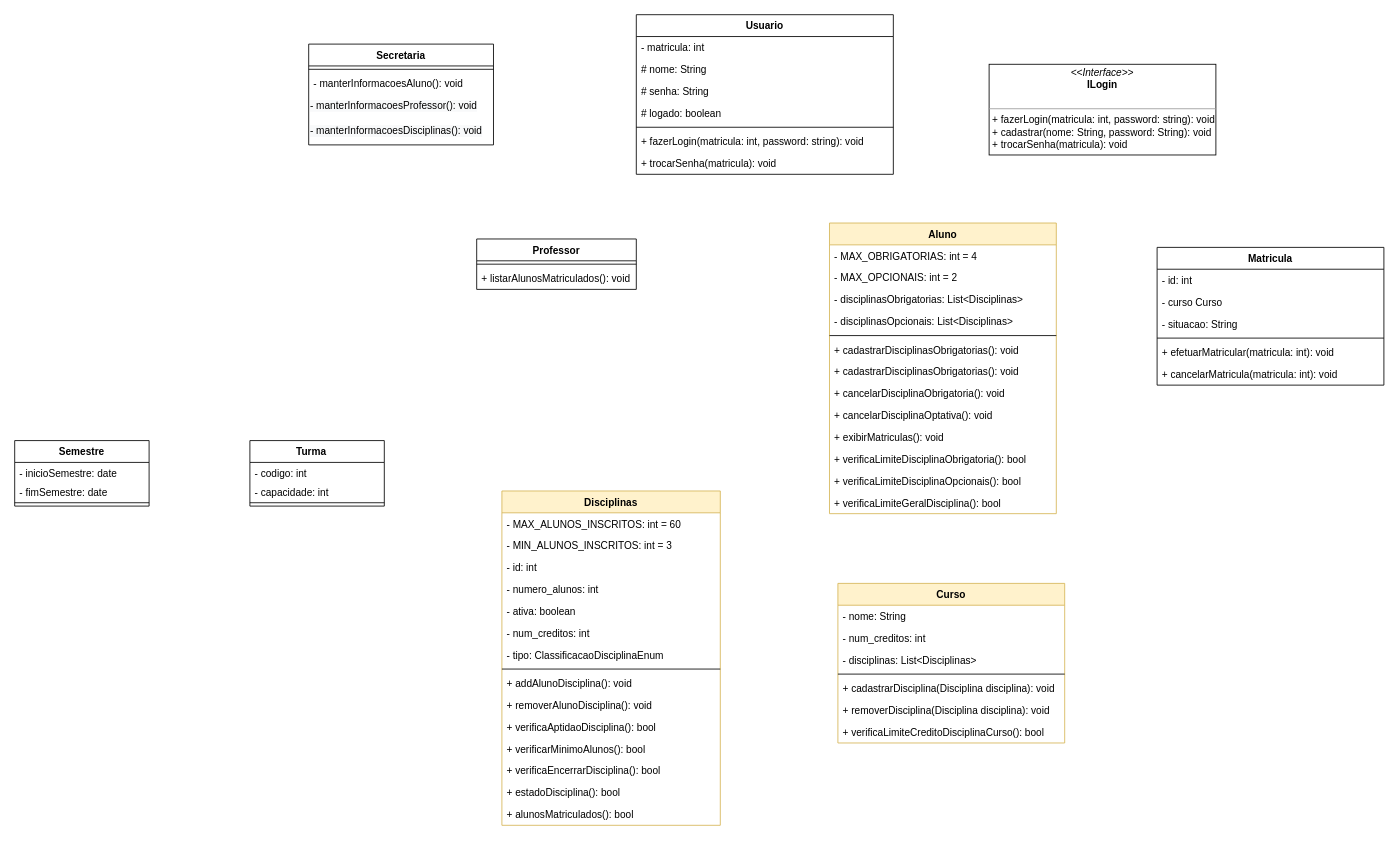
Before: Diagrama de Classes Sistema de Matrículas.drawio in joeyclapton/projeto, a draw.io diagram. Source tidied: cells renumbered, new cells numbered last; positions are measured from the earlier drawing's top-left corner, leaving out a move shared by most shapes. Both pictures are drawn from the tidied source at 84%, with x=0, y=0 at pixel (14, 14).
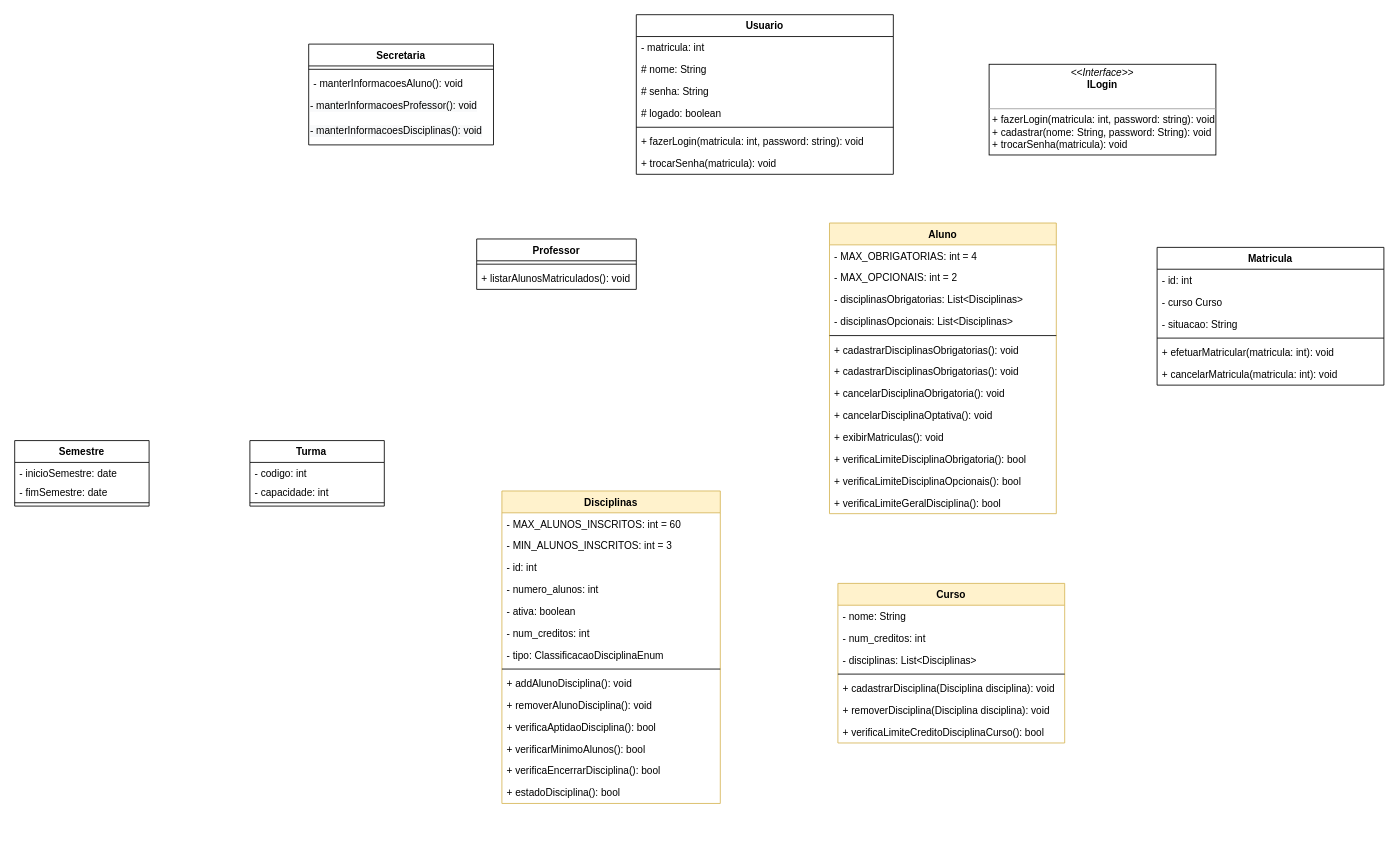
The same page after the edit.

What changed in the source:
```diff
@@
     <mxCell id="56" value="Disciplinas" style="swimlane;fontStyle=1;align=center;verticalAlign=top;horizontal=1;startSize=26;fillColor=#fff2cc;strokeColor=#d6b656;" parent="1" vertex="1">
-      <mxGeometry x="580" y="567" width="260" height="398" as="geometry" />
+      <mxGeometry x="580" y="567" width="260" height="372" as="geometry" />
     </mxCell>
@@
-    <mxCell id="71" value="+ alunosMatriculados(): bool" style="text;strokeColor=none;fillColor=none;align=left;verticalAlign=top;spacingLeft=4;spacingRight=4;overflow=hidden;" parent="56" vertex="1">
-      <mxGeometry y="372" width="260" height="26" as="geometry" />
-    </mxCell>
```
